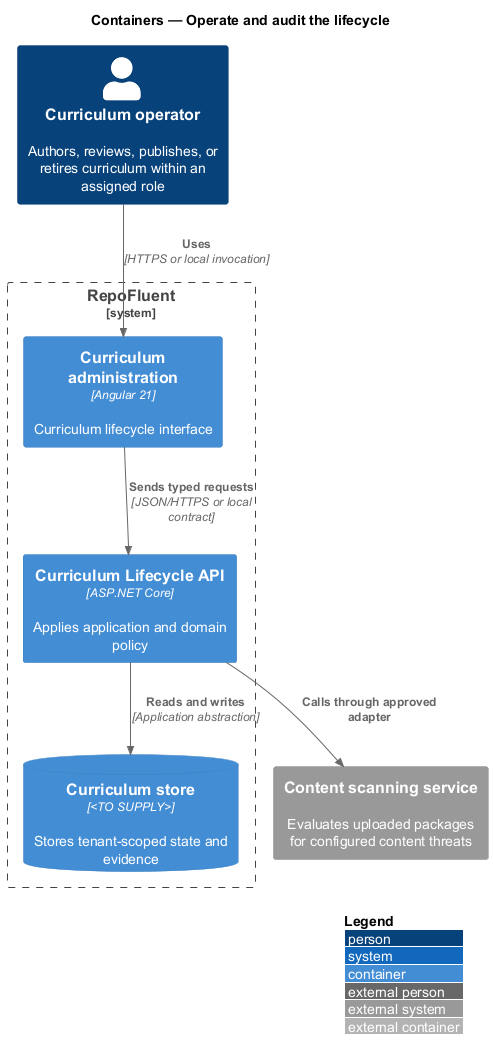
The PlantUML diagram docs/detailed-designs/04-curriculum-lifecycle/operate-and-audit-lifecycle/diagrams/c4-container.png in QuinntyneBrown/RepoFluent, before a commit.
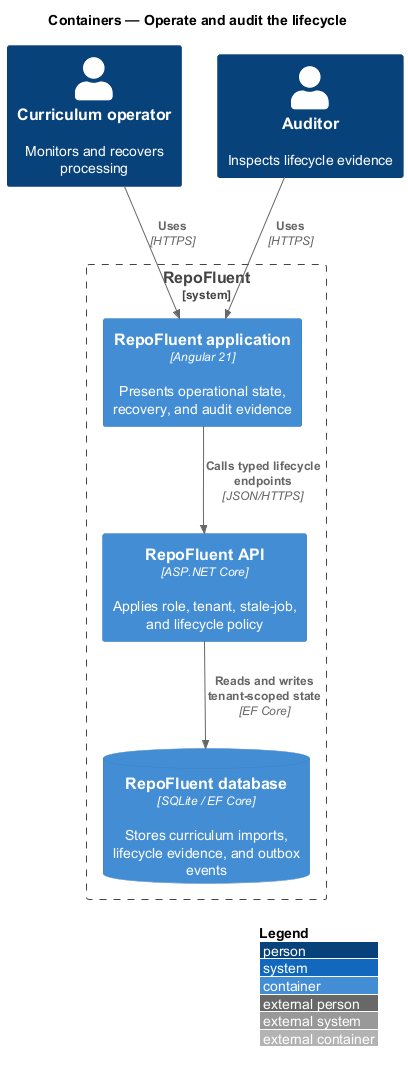
After the commit.

What changed in the source:
```diff
@@ -3,16 +3,16 @@
 LAYOUT_WITH_LEGEND()
 title Containers — Operate and audit the lifecycle
 
-Person(actor, "Curriculum operator", "Authors, reviews, publishes, or retires curriculum within an assigned role")
+Person(operator, "Curriculum operator", "Monitors and recovers processing")
+Person(auditor, "Auditor", "Inspects lifecycle evidence")
 System_Boundary(repofluent, "RepoFluent") {
-  Container(entry, "Curriculum administration", "Angular 21", "Curriculum lifecycle interface")
-  Container(api, "Curriculum Lifecycle API", "ASP.NET Core", "Applies application and domain policy")
-  ContainerDb(store, "Curriculum store", "<TO SUPPLY>", "Stores tenant-scoped state and evidence")
+  Container(web, "RepoFluent application", "Angular 21", "Presents operational state, recovery, and audit evidence")
+  Container(api, "RepoFluent API", "ASP.NET Core", "Applies role, tenant, stale-job, and lifecycle policy")
+  ContainerDb(store, "RepoFluent database", "SQLite / EF Core", "Stores curriculum imports, lifecycle evidence, and outbox events")
 }
-System_Ext(dependency, "Content scanning service", "Evaluates uploaded packages for configured content threats")
 
-Rel(actor, entry, "Uses", "HTTPS or local invocation")
-Rel(entry, api, "Sends typed requests", "JSON/HTTPS or local contract")
-Rel(api, store, "Reads and writes", "Application abstraction")
-Rel(api, dependency, "Calls through approved adapter")
+Rel(operator, web, "Uses", "HTTPS")
+Rel(auditor, web, "Uses", "HTTPS")
+Rel(web, api, "Calls typed lifecycle endpoints", "JSON/HTTPS")
+Rel(api, store, "Reads and writes tenant-scoped state", "EF Core")
 @enduml
```
